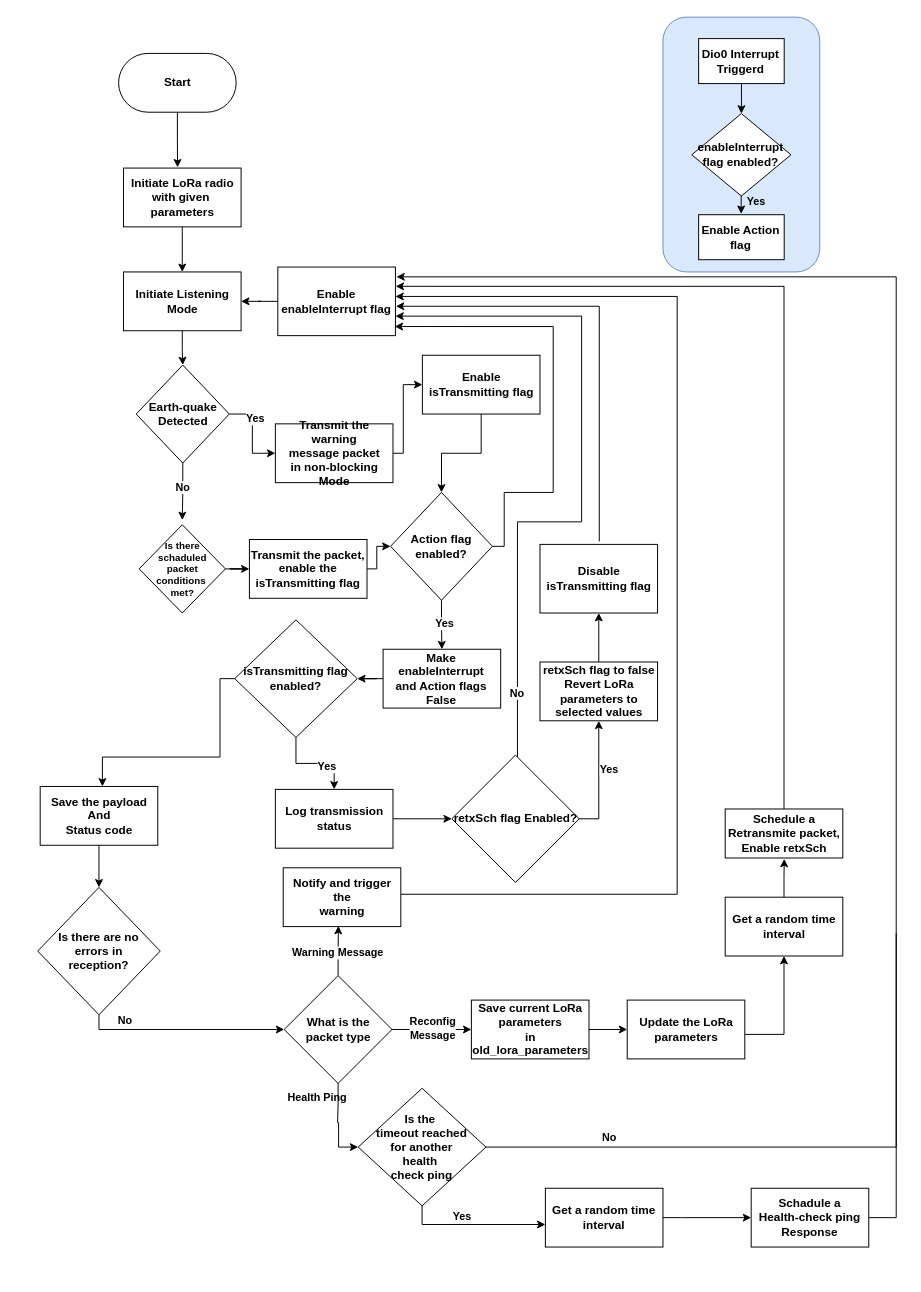
Before: End device flow.drawio in NuwanUdara/my-diagrams, a draw.io diagram. Source tidied: cells renumbered, new cells numbered last; positions are measured from the earlier drawing's top-left corner, leaving out a move shared by most shapes. Both pictures are drawn from the tidied source at 98%, with x=0, y=0 at pixel (37, 17).
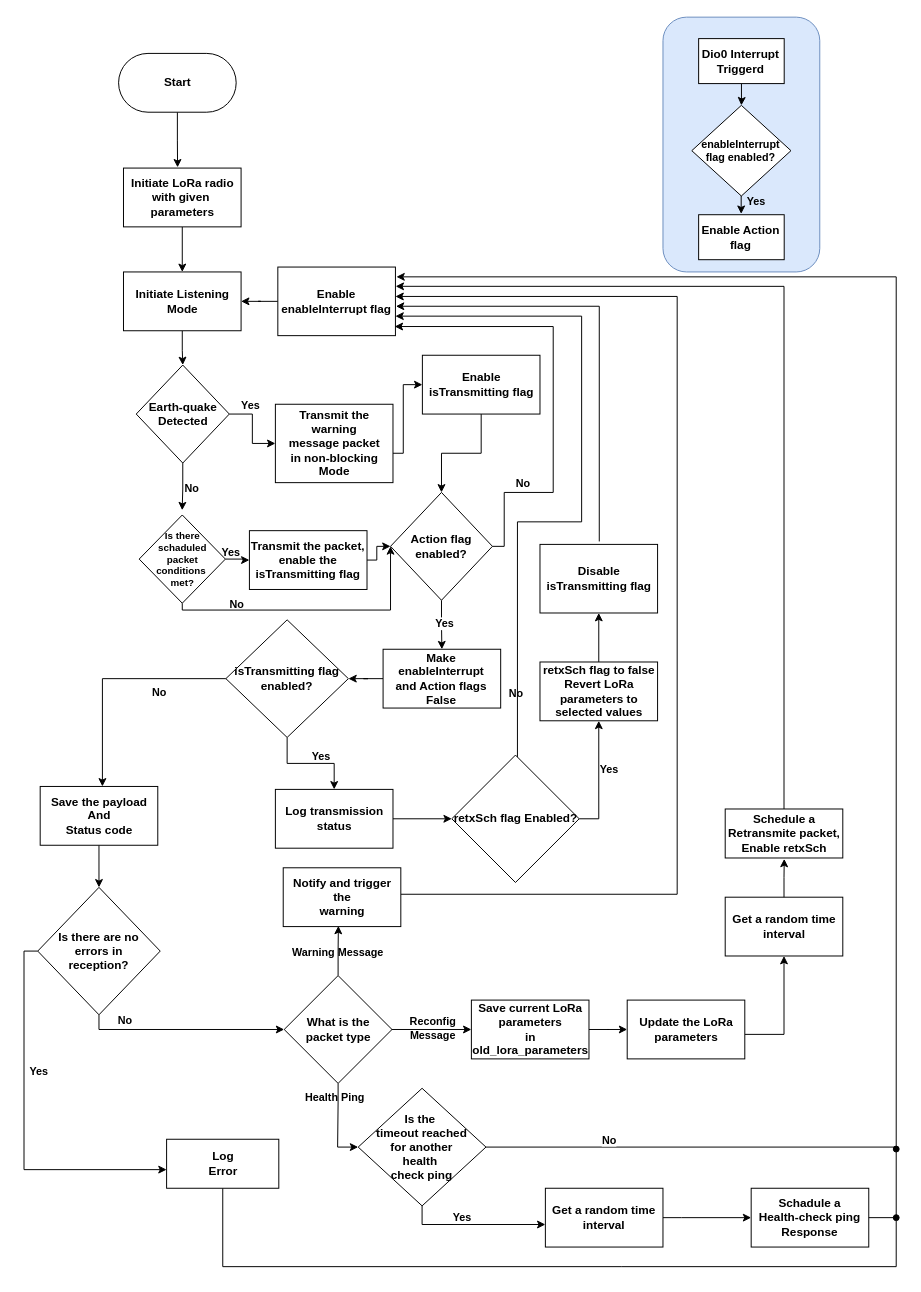
Above is the later version.

The change refers to these unchanged cells:
```xml
<mxCell id="8" style="edgeStyle=orthogonalEdgeStyle;rounded=0;jettySize=auto;html=1;entryX=0;entryY=0.5;entryDx=0;entryDy=0;fontStyle=1;" parent="1" edge="1" source="12" target="14">
  <mxGeometry relative="1" as="geometry" />
</mxCell>
<mxCell id="10" style="edgeStyle=orthogonalEdgeStyle;rounded=0;jettySize=auto;html=1;entryX=0.499;entryY=-0.054;entryDx=0;entryDy=0;entryPerimeter=0;fontStyle=1;" parent="1" edge="1" source="12" target="78">
  <mxGeometry relative="1" as="geometry" />
</mxCell>
<mxCell id="15" style="group;fontStyle=1;" parent="1" vertex="1">
  <mxGeometry x="638" width="160" height="260" as="geometry" />
</mxCell>
<mxCell id="27" value="Action flag&lt;br&gt;enabled?" style="rhombus;whiteSpace=wrap;html=1;fontStyle=1;" parent="1" vertex="1">
  <mxGeometry x="360" y="485" width="104" height="110" as="geometry" />
</mxCell>
<mxCell id="30" style="edgeStyle=orthogonalEdgeStyle;rounded=0;jettySize=auto;html=1;entryX=0.5;entryY=0;entryDx=0;entryDy=0;fontStyle=1;" parent="1" edge="1" source="33" target="35">
  <mxGeometry relative="1" as="geometry" />
</mxCell>
<mxCell id="36" style="edgeStyle=orthogonalEdgeStyle;rounded=0;jettySize=auto;html=1;entryX=0.5;entryY=1;entryDx=0;entryDy=0;fontStyle=1;" parent="1" edge="1" source="40" target="42">
  <mxGeometry relative="1" as="geometry">
    <Array as="points">
      <mxPoint x="572.5" y="818" />
    </Array>
  </mxGeometry>
</mxCell>
<mxCell id="38" style="edgeStyle=orthogonalEdgeStyle;rounded=0;orthogonalLoop=1;jettySize=auto;html=1;entryX=0.983;entryY=0.716;entryDx=0;entryDy=0;entryPerimeter=0;fontStyle=1;" parent="1" edge="1">
  <mxGeometry relative="1" as="geometry">
    <mxPoint x="489.5" y="765" as="sourcePoint" />
    <mxPoint x="365" y="305.1" as="targetPoint" />
    <Array as="points">
      <mxPoint x="490" y="515" />
      <mxPoint x="555" y="515" />
      <mxPoint x="555" y="305" />
    </Array>
  </mxGeometry>
</mxCell>
<mxCell id="44" value="Save the payload&lt;br&gt;&lt;div&gt;And&lt;/div&gt;&lt;div&gt;Status code&lt;/div&gt;" style="rounded=0;whiteSpace=wrap;html=1;fontStyle=1;" parent="1" vertex="1">
  <mxGeometry x="2.5" y="785" width="120" height="60" as="geometry" />
</mxCell>
<mxCell id="49" value="Is there are no&lt;div&gt;errors in&lt;/div&gt;&lt;div&gt;reception?&lt;/div&gt;" style="rhombus;whiteSpace=wrap;html=1;fontStyle=1;" parent="1" vertex="1">
  <mxGeometry y="888" width="125" height="130" as="geometry" />
</mxCell>
<mxCell id="50" style="edgeStyle=orthogonalEdgeStyle;rounded=0;jettySize=auto;html=1;entryX=0.469;entryY=0.988;entryDx=0;entryDy=0;entryPerimeter=0;fontStyle=1;" parent="1" edge="1" source="56" target="58">
  <mxGeometry relative="1" as="geometry" />
</mxCell>
<mxCell id="52" style="edgeStyle=orthogonalEdgeStyle;rounded=0;jettySize=auto;html=1;entryX=0;entryY=0.5;entryDx=0;entryDy=0;fontStyle=1;" parent="1" edge="1" source="56" target="60">
  <mxGeometry relative="1" as="geometry" />
</mxCell>
<mxCell id="56" value="What is the&lt;br&gt;packet type" style="rhombus;whiteSpace=wrap;html=1;fontStyle=1;" parent="1" vertex="1">
  <mxGeometry x="251.5" y="978" width="110" height="110" as="geometry" />
</mxCell>
<mxCell id="69" style="edgeStyle=orthogonalEdgeStyle;rounded=0;jettySize=auto;html=1;exitX=1;exitY=0.5;exitDx=0;exitDy=0;fontStyle=1;" parent="1" edge="1" source="73">
  <mxGeometry relative="1" as="geometry">
    <mxPoint x="366" y="265" as="targetPoint" />
    <Array as="points">
      <mxPoint x="876" y="1153" />
      <mxPoint x="876" y="265" />
    </Array>
  </mxGeometry>
</mxCell>
<mxCell id="71" style="edgeStyle=orthogonalEdgeStyle;rounded=0;jettySize=auto;html=1;fontStyle=1;" parent="1" edge="1" source="73" target="75">
  <mxGeometry relative="1" as="geometry">
    <Array as="points">
      <mxPoint x="392" y="1232" />
    </Array>
  </mxGeometry>
</mxCell>
<mxCell id="73" value="Is the&amp;nbsp;&lt;div&gt;t&lt;span style=&quot;background-color: initial;&quot;&gt;imeout&amp;nbsp;&lt;/span&gt;&lt;span style=&quot;background-color: initial;&quot;&gt;reached&lt;/span&gt;&lt;div&gt;for another&lt;br&gt;health&amp;nbsp;&lt;/div&gt;&lt;div&gt;check&amp;nbsp;&lt;span style=&quot;background-color: initial;&quot;&gt;ping&lt;/span&gt;&lt;/div&gt;&lt;/div&gt;" style="rhombus;whiteSpace=wrap;html=1;fontStyle=1;" parent="1" vertex="1">
  <mxGeometry x="327" y="1093" width="130.4" height="120" as="geometry" />
</mxCell>
<mxCell id="81" style="edgeStyle=orthogonalEdgeStyle;rounded=0;jettySize=auto;html=1;entryX=0;entryY=0.5;entryDx=0;entryDy=0;fontStyle=1;" parent="1" edge="1" source="78" target="80">
  <mxGeometry relative="1" as="geometry" />
</mxCell>
<mxCell id="82" style="edgeStyle=orthogonalEdgeStyle;rounded=0;jettySize=auto;html=1;entryX=0.994;entryY=0.867;entryDx=0;entryDy=0;entryPerimeter=0;exitX=1;exitY=0.5;exitDx=0;exitDy=0;fontStyle=1;" parent="1" edge="1" source="27" target="68">
  <mxGeometry relative="1" as="geometry">
    <Array as="points">
      <mxPoint x="476" y="540" />
      <mxPoint x="476" y="485" />
      <mxPoint x="526" y="485" />
      <mxPoint x="526" y="316" />
    </Array>
  </mxGeometry>
</mxCell>
```

Diff of the diagram source:
```diff
@@
-    <mxCell id="9" value="Yes" style="edgeLabel;html=1;align=center;verticalAlign=middle;fontStyle=1;" parent="8" vertex="1">
+    <mxCell id="9" value="Yes" style="edgeLabel;html=1;align=center;verticalAlign=middle;fontStyle=1;labelBackgroundColor=none;" parent="8" vertex="1">
       <mxGeometry x="-0.17" y="2" relative="1" as="geometry">
-        <mxPoint y="-8" as="offset" />
+        <mxPoint x="-5" y="-18" as="offset" />
       </mxGeometry>
     </mxCell>
@@
-    <mxCell id="11" value="No" style="edgeLabel;html=1;align=center;verticalAlign=middle;fontStyle=1;" parent="10" vertex="1">
-      <mxGeometry x="-0.17" y="-1" relative="1" as="geometry" />
+    <mxCell id="11" value="No" style="edgeLabel;html=1;align=center;verticalAlign=middle;fontStyle=1;labelBackgroundColor=none;" parent="10" vertex="1">
+      <mxGeometry x="-0.17" y="-1" relative="1" as="geometry">
+        <mxPoint x="9" y="5" as="offset" />
+      </mxGeometry>
     </mxCell>
@@
     <mxCell id="14" value="Transmit the warning&lt;br&gt;message packet&lt;div&gt;in non-blocking&lt;/div&gt;&lt;div&gt;Mode&lt;/div&gt;" style="rounded=0;whiteSpace=wrap;html=1;fontStyle=1;" parent="1" vertex="1">
-      <mxGeometry x="242.5" y="415" width="120" height="60" as="geometry" />
+      <mxGeometry x="242.5" y="395" width="120" height="80" as="geometry" />
     </mxCell>
@@
-    <mxCell id="21" value="enableInterrupt&lt;div&gt;flag enabled?&lt;/div&gt;" style="rhombus;whiteSpace=wrap;html=1;fontStyle=1;" parent="15" vertex="1">
-      <mxGeometry x="29.4" y="98.4" width="101.2" height="84.1" as="geometry" />
+    <mxCell id="21" value="&lt;font style=&quot;font-size: 11px;&quot;&gt;enableInterrupt&lt;/font&gt;&lt;div style=&quot;font-size: 11px;&quot;&gt;&lt;font style=&quot;font-size: 11px;&quot;&gt;flag enabled?&lt;/font&gt;&lt;/div&gt;" style="rhombus;whiteSpace=wrap;html=1;fontStyle=1;" parent="15" vertex="1">
+      <mxGeometry x="29.4" y="90" width="101.2" height="92.5" as="geometry" />
     </mxCell>
@@
-    <mxCell id="31" value="Yes" style="edgeLabel;html=1;align=center;verticalAlign=middle;fontStyle=1;" parent="30" vertex="1">
+    <mxCell id="31" value="Yes" style="edgeLabel;html=1;align=center;verticalAlign=middle;fontStyle=1;labelBackgroundColor=none;" parent="30" vertex="1">
       <mxGeometry x="-0.26" y="-3" relative="1" as="geometry">
-        <mxPoint x="23" as="offset" />
+        <mxPoint x="23" y="-11" as="offset" />
       </mxGeometry>
     </mxCell>
     <mxCell id="32" style="edgeStyle=orthogonalEdgeStyle;rounded=0;jettySize=auto;html=1;exitX=0;exitY=0.5;exitDx=0;exitDy=0;fontStyle=1;" parent="1" edge="1" source="33" target="44">
       <mxGeometry relative="1" as="geometry">
         <Array as="points">
-          <mxPoint x="186" y="675" />
-          <mxPoint x="186" y="755" />
-          <mxPoint x="66" y="755" />
+          <mxPoint x="66" y="675" />
         </Array>
       </mxGeometry>
     </mxCell>
+    <mxCell id="83" value="No" style="edgeLabel;html=1;align=center;verticalAlign=middle;fontStyle=1;labelBackgroundColor=none;" parent="32" vertex="1">
+      <mxGeometry x="0.05" y="3" relative="1" as="geometry">
+        <mxPoint x="55" y="10" as="offset" />
+      </mxGeometry>
+    </mxCell>
     <mxCell id="33" value="isTransmitting flag&lt;div&gt;enabled?&lt;/div&gt;" style="rhombus;whiteSpace=wrap;html=1;fontStyle=1;" parent="1" vertex="1">
-      <mxGeometry x="201" y="615" width="125" height="120" as="geometry" />
+      <mxGeometry x="192" y="615" width="125" height="120" as="geometry" />
     </mxCell>
@@
-    <mxCell id="37" value="Yes" style="edgeLabel;html=1;align=center;verticalAlign=middle;fontStyle=1;" parent="36" vertex="1">
+    <mxCell id="37" value="Yes" style="edgeLabel;html=1;align=center;verticalAlign=middle;fontStyle=1;labelBackgroundColor=none;" parent="36" vertex="1">
       <mxGeometry x="-0.17" y="3" relative="1" as="geometry">
         <mxPoint x="13" y="-21" as="offset" />
       </mxGeometry>
     </mxCell>
@@
-    <mxCell id="39" value="No" style="edgeLabel;html=1;align=center;verticalAlign=middle;fontStyle=1;" parent="38" vertex="1">
+    <mxCell id="39" value="No" style="edgeLabel;html=1;align=center;verticalAlign=middle;fontStyle=1;labelBackgroundColor=none;" parent="38" vertex="1">
       <mxGeometry x="-0.78" y="1" relative="1" as="geometry">
-        <mxPoint y="3" as="offset" />
+        <mxPoint x="-1" y="3" as="offset" />
       </mxGeometry>
     </mxCell>
@@
+    <mxCell id="84" style="edgeStyle=orthogonalEdgeStyle;rounded=0;jettySize=auto;html=1;" parent="1" edge="1" source="49" target="91">
+      <mxGeometry relative="1" as="geometry">
+        <Array as="points">
+          <mxPoint x="-14" y="953" />
+          <mxPoint x="-14" y="1176" />
+        </Array>
+      </mxGeometry>
+    </mxCell>
+    <mxCell id="85" value="Yes" style="edgeLabel;html=1;align=center;verticalAlign=middle;labelBackgroundColor=none;fontStyle=1;" parent="84" vertex="1">
+      <mxGeometry x="-0.36" y="-3" relative="1" as="geometry">
+        <mxPoint x="17" y="14" as="offset" />
+      </mxGeometry>
+    </mxCell>
@@
-    <mxCell id="51" value="Warning Message" style="edgeLabel;html=1;align=center;verticalAlign=middle;fontStyle=1;" parent="50" vertex="1">
+    <mxCell id="51" value="Warning Message" style="edgeLabel;html=1;align=center;verticalAlign=middle;fontStyle=1;labelBackgroundColor=none;" parent="50" vertex="1">
       <mxGeometry x="-0.04" y="1" relative="1" as="geometry" />
     </mxCell>
@@
-    <mxCell id="53" value="Reconfig&lt;br&gt;Message" style="edgeLabel;html=1;align=center;verticalAlign=middle;fontStyle=1;" parent="52" vertex="1">
+    <mxCell id="53" value="Reconfig&lt;br&gt;Message" style="edgeLabel;html=1;align=center;verticalAlign=middle;fontStyle=1;labelBackgroundColor=none;" parent="52" vertex="1">
       <mxGeometry x="0.03" y="2" relative="1" as="geometry">
         <mxPoint x="-1" as="offset" />
       </mxGeometry>
     </mxCell>
     <mxCell id="54" style="edgeStyle=orthogonalEdgeStyle;rounded=0;jettySize=auto;html=1;entryX=0;entryY=0.5;entryDx=0;entryDy=0;fontStyle=1;" parent="1" edge="1" source="56" target="73">
       <mxGeometry relative="1" as="geometry">
         <Array as="points">
+          <mxPoint x="307" y="1108" />
           <mxPoint x="306" y="1108" />
-          <mxPoint x="306" y="1128" />
-          <mxPoint x="307" y="1128" />
-          <mxPoint x="307" y="1153" />
+          <mxPoint x="306" y="1153" />
         </Array>
       </mxGeometry>
     </mxCell>
     <mxCell id="55" value="Health Ping" style="edgeLabel;html=1;align=center;verticalAlign=middle;labelBackgroundColor=none;fontStyle=1;" parent="54" vertex="1">
       <mxGeometry x="-0.39" y="-2" relative="1" as="geometry">
-        <mxPoint x="-20" y="-12" as="offset" />
+        <mxPoint x="-2" y="-12" as="offset" />
       </mxGeometry>
     </mxCell>
@@
     <mxCell id="70" value="No" style="edgeLabel;html=1;align=center;verticalAlign=middle;fontStyle=1;" parent="69" vertex="1">
       <mxGeometry x="-0.87" y="1" relative="1" as="geometry">
-        <mxPoint x="7" y="-10" as="offset" />
+        <mxPoint x="7" y="-7" as="offset" />
       </mxGeometry>
     </mxCell>
@@
     <mxCell id="72" value="Yes" style="edgeLabel;html=1;align=center;verticalAlign=middle;fontStyle=1;" parent="71" vertex="1">
       <mxGeometry x="-0.18" y="2" relative="1" as="geometry">
-        <mxPoint y="-7" as="offset" />
+        <mxPoint y="-6" as="offset" />
       </mxGeometry>
     </mxCell>
@@
-    <mxCell id="76" style="edgeStyle=orthogonalEdgeStyle;rounded=0;orthogonalLoop=1;jettySize=auto;html=1;endArrow=none;endFill=0;exitX=1;exitY=0.5;exitDx=0;exitDy=0;fontStyle=1;" parent="1" edge="1">
+    <mxCell id="76" style="edgeStyle=orthogonalEdgeStyle;rounded=0;orthogonalLoop=1;jettySize=auto;html=1;endArrow=oval;endFill=1;exitX=1;exitY=0.5;exitDx=0;exitDy=0;fontStyle=1;" parent="1" edge="1">
       <mxGeometry relative="1" as="geometry">
         <mxPoint x="816" y="1225" as="sourcePoint" />
-        <mxPoint x="876" y="935" as="targetPoint" />
+        <mxPoint x="876" y="1155" as="targetPoint" />
         <Array as="points">
           <mxPoint x="876" y="1225" />
         </Array>
       </mxGeometry>
     </mxCell>
@@
+    <mxCell id="86" style="edgeStyle=orthogonalEdgeStyle;rounded=0;jettySize=auto;html=1;entryX=0;entryY=0.5;entryDx=0;entryDy=0;" parent="1" edge="1" source="78" target="27">
+      <mxGeometry relative="1" as="geometry">
+        <Array as="points">
+          <mxPoint x="148" y="605" />
+          <mxPoint x="360" y="605" />
+        </Array>
+      </mxGeometry>
+    </mxCell>
+    <mxCell id="87" value="No" style="edgeLabel;html=1;align=center;verticalAlign=middle;fontStyle=1;labelBackgroundColor=none;" parent="86" vertex="1">
+      <mxGeometry x="-0.6" y="1" relative="1" as="geometry">
+        <mxPoint x="5" y="-6" as="offset" />
+      </mxGeometry>
+    </mxCell>
     <mxCell id="78" value="Is there&lt;br style=&quot;font-size: 10px;&quot;&gt;schaduled&lt;br style=&quot;font-size: 10px;&quot;&gt;packet&lt;div style=&quot;font-size: 10px;&quot;&gt;conditions&amp;nbsp;&lt;/div&gt;&lt;div style=&quot;font-size: 10px;&quot;&gt;met?&lt;/div&gt;" style="rhombus;whiteSpace=wrap;html=1;fontSize=10;fontStyle=1;" parent="1" vertex="1">
-      <mxGeometry x="103.5" y="518" width="88" height="90" as="geometry" />
+      <mxGeometry x="103.5" y="508" width="88" height="90" as="geometry" />
     </mxCell>
     <mxCell id="79" style="edgeStyle=orthogonalEdgeStyle;rounded=0;jettySize=auto;html=1;entryX=0;entryY=0.5;entryDx=0;entryDy=0;fontStyle=1;" parent="1" edge="1" source="80" target="27">
       <mxGeometry relative="1" as="geometry">
         <Array as="points">
-          <mxPoint x="346" y="563" />
+          <mxPoint x="346" y="554" />
           <mxPoint x="346" y="540" />
         </Array>
       </mxGeometry>
     </mxCell>
     <mxCell id="80" value="Transmit the packet,&lt;br&gt;&lt;div&gt;enable the&lt;/div&gt;&lt;div&gt;isTransmitting flag&lt;/div&gt;" style="rounded=0;whiteSpace=wrap;html=1;fontStyle=1;" parent="1" vertex="1">
-      <mxGeometry x="216" y="533" width="120" height="60" as="geometry" />
+      <mxGeometry x="216" y="524" width="120" height="60" as="geometry" />
     </mxCell>
@@
+    <mxCell id="88" value="Yes" style="edgeLabel;html=1;align=center;verticalAlign=middle;labelBackgroundColor=none;fontStyle=1;" parent="81" vertex="1">
+      <mxGeometry x="-0.71" y="1" relative="1" as="geometry">
+        <mxPoint x="1" y="-7" as="offset" />
+      </mxGeometry>
+    </mxCell>
@@
+    <mxCell id="89" value="No" style="edgeLabel;html=1;align=center;verticalAlign=middle;fontStyle=1;labelBackgroundColor=none;" parent="82" vertex="1">
+      <mxGeometry x="-0.62" y="1" relative="1" as="geometry">
+        <mxPoint y="-9" as="offset" />
+      </mxGeometry>
+    </mxCell>
+    <mxCell id="90" style="edgeStyle=orthogonalEdgeStyle;rounded=0;jettySize=auto;html=1;endArrow=oval;endFill=1;" parent="1" edge="1" source="91">
+      <mxGeometry relative="1" as="geometry">
+        <mxPoint x="876" y="1225" as="targetPoint" />
+        <Array as="points">
+          <mxPoint x="596" y="1275" />
+          <mxPoint x="596" y="1275" />
+        </Array>
+      </mxGeometry>
+    </mxCell>
+    <mxCell id="91" value="Log&lt;br&gt;Error" style="whiteSpace=wrap;html=1;fontStyle=1;" parent="1" vertex="1">
+      <mxGeometry x="131.5" y="1145" width="114.5" height="50" as="geometry" />
+    </mxCell>
```
